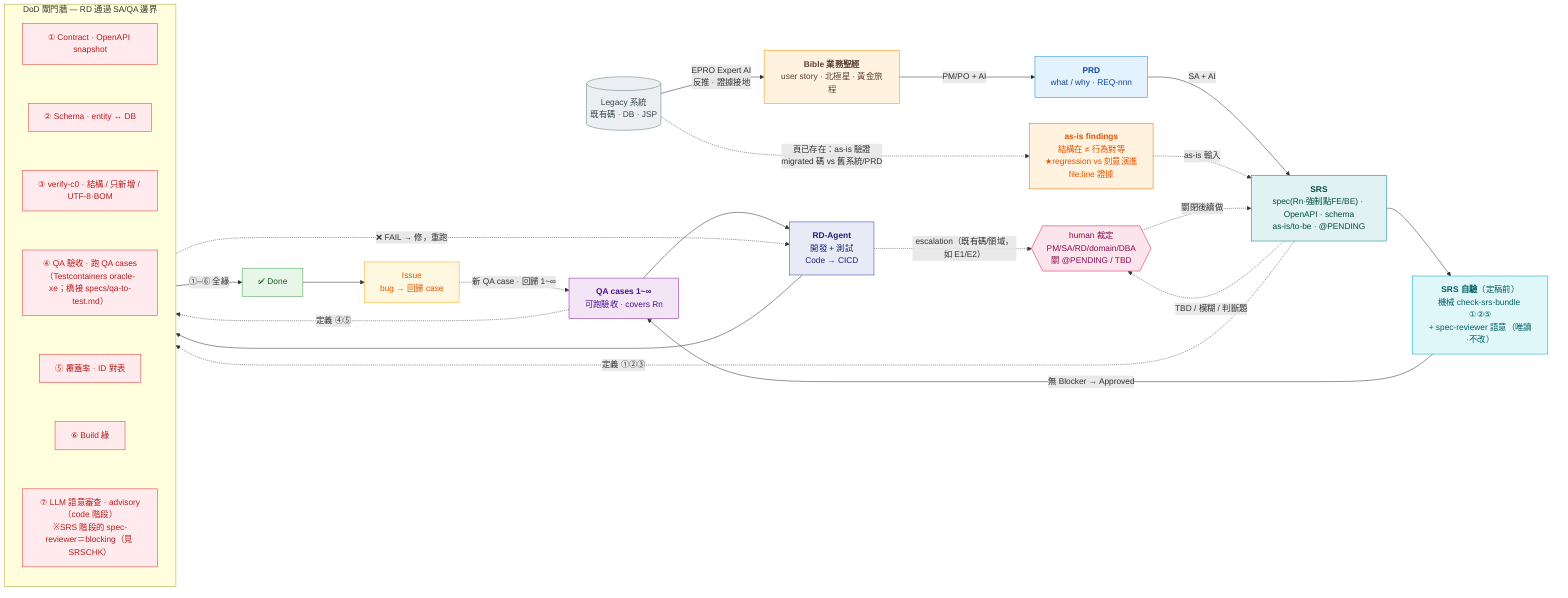
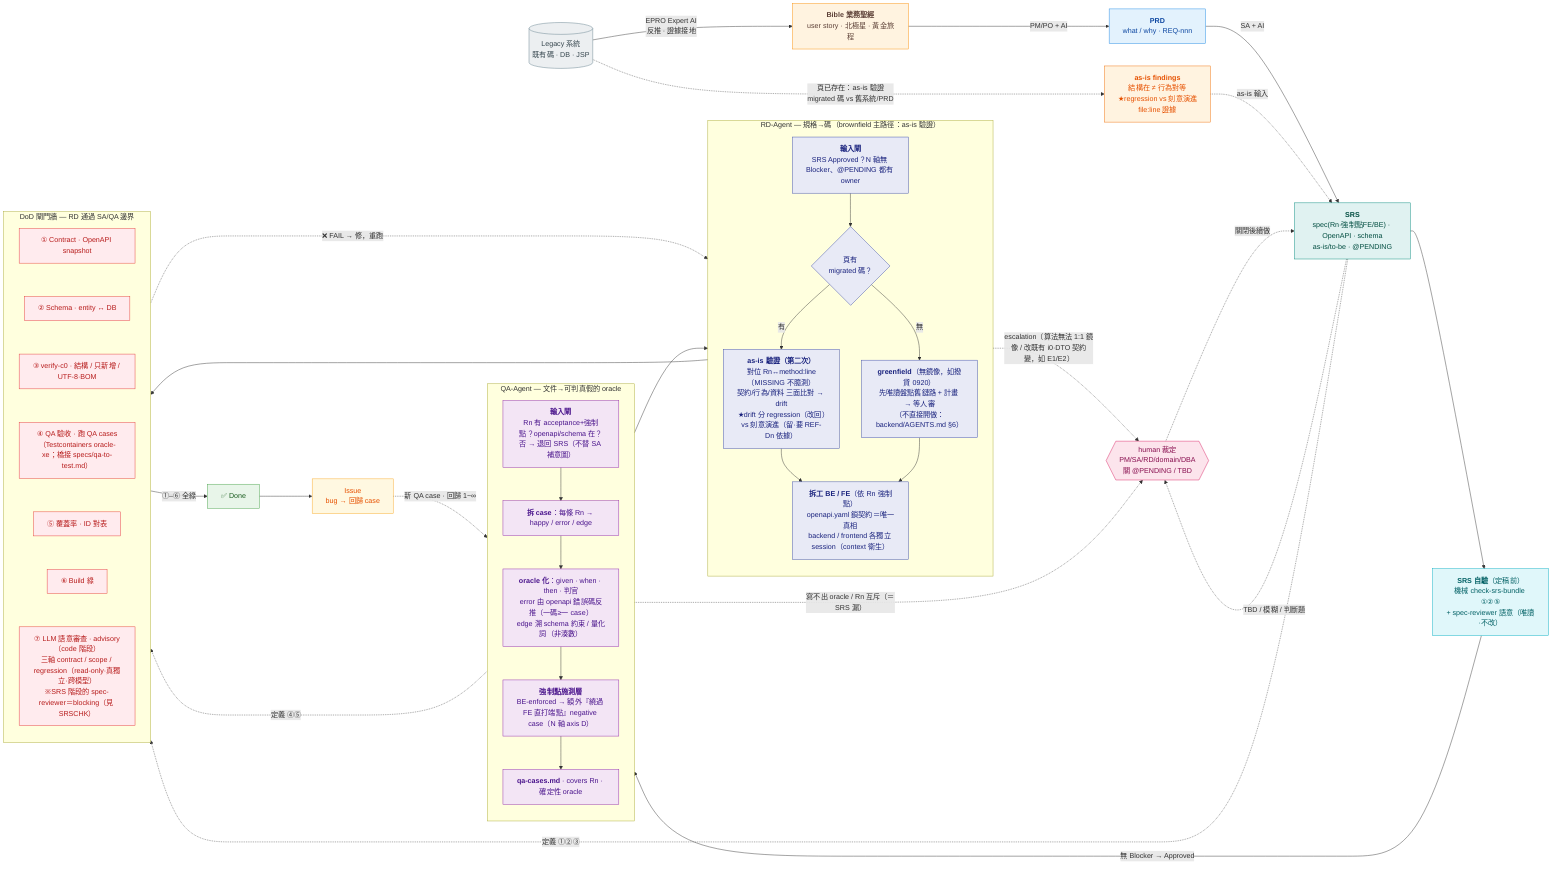
%% 未來 AI 工作流 — AI-native SDLC pipeline（brownfield 版）
%% 在 GitHub / Mermaid Live (mermaid.live) 直接 render；可編輯。本檔＝AI Flow 唯一來源（不再維護 .svg 快取——2026-06-11 健檢刪除；需要圖檔時臨時 render）。
+ %% 2026-06-23：QA-Agent / RD-Agent 由單節點攤成子流程（主幹＋oracle 化／as-is 驗證），對齊 docs/process/orchestration-playbook.md §4。
flowchart LR
  Legacy[("Legacy 系統<br/>既有碼 · DB · JSP")] -->|EPRO Expert AI<br/>反推 · 證據接地| Bible
  Bible["<b>Bible 業務聖經</b><br/>user story · 北極星 · 黃金旅程"] -->|PM/PO + AI| PRD
  PRD["<b>PRD</b><br/>what / why · REQ-nnn"] -->|SA + AI| SRS

-   %% ★brownfield：頁已存在 → 先驗 migrated 碼，findings 當 as-is 餵 SRS（這條是 70% 既有碼的必經路）
+   %% ★brownfield as-is（第一次）：頁已存在 → SRS 撰寫前先驗 migrated 碼，findings 當 as-is 餵 SRS（70% 既有碼的必經路）
  Legacy -.->|"頁已存在：as-is 驗證<br/>migrated 碼 vs 舊系統/PRD"| Findings
  Findings["<b>as-is findings</b><br/>結構在 ≠ 行為對等<br/>★regression vs 刻意演進<br/>file:line 證據"] -.->|as-is 輸入| SRS

  SRS["<b>SRS</b><br/>spec(Rn·強制點FE/BE) · OpenAPI · schema<br/>as-is/to-be · @PENDING"] --> SRSCHK
-   SRSCHK["<b>SRS 自驗</b>（定稿前）<br/>機械 check-srs-bundle ①②⑤<br/>+ spec-reviewer 語意（唯讀·不改）"] -->|無 Blocker → Approved| QA
-   QA["<b>QA cases 1~∞</b><br/>可跑驗收 · covers Rn"] --> RD
-   RD["<b>RD-Agent</b><br/>開發 + 測試<br/>Code → CICD"] --> GATE
+   SRSCHK["<b>SRS 自驗</b>（定稿前）<br/>機械 check-srs-bundle ①②⑤<br/>+ spec-reviewer 語意（唯讀·不改）"] -->|無 Blocker → Approved| QA_IN
+ 
+   %% ═══════════ QA-Agent：SRS→可跑 oracle（軌性格：活語料 1~∞、反壓上游） ═══════════
+   subgraph QAA["QA-Agent — 文件→可判真假的 oracle"]
+     direction TB
+     QA_IN["<b>輸入閘</b><br/>Rn 有 acceptance+強制點？openapi/schema 在？<br/>否 → 退回 SRS（不替 SA 補意圖）"]
+     QA_DEC["<b>拆 case</b>：每條 Rn → happy / error / edge"]
+     QA_ORA["<b>oracle 化</b>：given · when · then · 判官<br/>error 由 openapi 錯誤碼反推（一碼≥一 case）<br/>edge 溯 schema 約束 / 量化詞（非湊數）"]
+     QA_BE["<b>強制點施測層</b><br/>BE-enforced → 額外『繞過 FE 直打端點』negative case（N 軸 axis D）"]
+     QA_OUT["<b>qa-cases.md</b> · covers Rn · 確定性 oracle"]
+     QA_IN --> QA_DEC --> QA_ORA --> QA_BE --> QA_OUT
+   end
+ 
+   QA_OUT --> RD_IN
+ 
+   %% ═══════════ RD-Agent：SRS(Approved)→ code（主路徑＝驗 migrated 碼，非從零寫） ═══════════
+   subgraph RDA["RD-Agent — 規格→碼（brownfield 主路徑：as-is 驗證）"]
+     direction TB
+     RD_IN["<b>輸入閘</b><br/>SRS Approved？N 軸無 Blocker、@PENDING 都有 owner"]
+     RD_SPLIT{"頁有<br/>migrated 碼？"}
+     RD_ASIS["<b>as-is 驗證（第二次）</b><br/>對位 Rn↔method:line（MISSING 不臆測）<br/>契約/行為/資料 三面比對 → drift<br/>★drift 分 regression（改回）vs 刻意演進（留·要 REF-Dn 依據）"]
+     RD_GREEN["<b>greenfield</b>（無鏡像，如撥貸 0920）<br/>先唯讀盤點舊鏈路 + 計畫 → 等人審<br/>（不直接開做：backend/AGENTS.md §6）"]
+     RD_WORK["<b>拆工 BE / FE</b>（依 Rn 強制點）<br/>openapi.yaml 鎖契約＝唯一真相<br/>backend / frontend 各獨立 session（context 衛生）"]
+     RD_IN --> RD_SPLIT
+     RD_SPLIT -->|有| RD_ASIS --> RD_WORK
+     RD_SPLIT -->|無| RD_GREEN --> RD_WORK
+   end
+ 
+   RD_WORK --> GATE

  subgraph GATE["DoD 閘門牆 — RD 通過 SA/QA 邊界"]
    direction TB
    G1["① Contract · OpenAPI snapshot"]
    G2["② Schema · entity ↔ DB"]
    G3["③ verify-c0 · 結構 / 只新增 / UTF-8·BOM"]
    G4["④ QA 驗收 · 跑 QA cases<br/>（Testcontainers oracle-xe；橋接 specs/qa-to-test.md）"]
    G5["⑤ 覆蓋率 · ID 對表"]
    G6["⑥ Build 綠"]
-     G7["⑦ LLM 語意審查 · advisory（code 階段）<br/>※SRS 階段的 spec-reviewer＝blocking（見 SRSCHK）"]
+     G7["⑦ LLM 語意審查 · advisory（code 階段）<br/>三軸 contract / scope / regression（read-only·真獨立·跨模型）<br/>※SRS 階段的 spec-reviewer＝blocking（見 SRSCHK）"]
    G1 ~~~ G2 ~~~ G3 ~~~ G4 ~~~ G5 ~~~ G6 ~~~ G7
  end

  GATE -->|①–⑥ 全綠| Done["✅ Done"]
-   GATE -.->|❌ FAIL → 修，重跑| RD
+   GATE -.->|❌ FAIL → 修，重跑| RD_WORK
  Done --> Issue["Issue<br/>bug → 回歸 case"]
-   Issue -.->|新 QA case · 回歸 1~∞| QA
+   Issue -.->|新 QA case · 回歸 1~∞| QA_DEC

  %% ★判斷題不自行裁定：TBD / 模糊 / 既有碼行為 → human 裁定 → 關閉後回流
-   SRS -.->|"TBD / 模糊 / 判斷題"| Decide
-   RD  -.->|"escalation（既有碼/領域，如 E1/E2）"| Decide
+   SRS    -.->|"TBD / 模糊 / 判斷題"| Decide
+   QA_ORA -.->|"寫不出 oracle / Rn 互斥（＝SRS 漏）"| Decide
+   RD_ASIS-.->|"escalation（算法無法 1:1 鏡像 / 改既有 i0·DTO 契約變，如 E1/E2）"| Decide
  Decide{{"human 裁定<br/>PM/SA/RD/domain/DBA<br/>關 @PENDING / TBD"}} -.->|關閉後續做| SRS

-   SRS -. 定義 ①②③ .-> GATE
-   QA  -. 定義 ④⑤ .-> GATE
+   SRS    -. 定義 ①②③ .-> GATE
+   QA_OUT -. 定義 ④⑤ .-> GATE

  %% 追溯 ID 骨幹：funcId(例 EPROC00118) 串 Bible→PRD→SRS→QA→code/test
  %% 原則：↑可追溯 ↓可驗證（①–⑥ deterministic 可信 / ⑦ LLM 只輔助）★Bible 證據接地
+   %% as-is 出現兩次別混：Findings＝SRS 撰寫前 as-is(餵 as-is/to-be)；RD_ASIS＝SRS Approved 後驗 migrated 碼行為對等
  %% brownfield 鐵律：migrated 碼「結構在≠行為對等」→ 必經 as-is 驗證；舊系統≠絕對正確 → 分 regression vs 刻意演進
+   %% QA 軌鐵律：oracle 寫不出＝SRS 漏 → 反壓退回（不硬湊 coverage theater）；error 由 openapi 反推、edge 溯 schema/量化詞；BE-enforced 必有繞過 FE 的 negative case
+   %% RD 軌鐵律：對位 MISSING 不臆測（zero-based）；無鏡像頁先盤點+計畫等審；判斷題（算法/既有碼/DTO 契約）→ backend/AGENTS.md §6.6 升級
  %% 判斷題鐵律：PRD TBD / legacy 行為一律 @PENDING + owner，不自行裁定、不把 legacy 當已核准需求（含 PRD 內帶的 as-is 細節）
  %% 動手前鐵律：頁開做前先唯讀盤點實際完成度 + 確認 mirror/算法來源（防「未做其實已完成」「假設錯來源」）
  %% as-is 驗證最低深度：每個 DB 寫入有 return/commit？每個 stub/TODO/throw？每條 error 分支？跨頁副作用？（防 throw-stub 漏網）
  %% regression vs 演進：異於舊版預設當 regression；歸「演進」須有依據（法規/PRD/已知需求），無依據不自判
  %% fix 可能引入新錯：採納 review 修正後要再審一輪（B1 修法曾引入 checkPointMap 副作用，複審才抓）；advisory⑦ vs SRS-blocking 別混
  %% 待決追蹤：@PENDING 有 owner + 是否 blocking，聚合到 feature-inventory（誰欠決策、卡多久），別散落

  classDef biz fill:#FFF3E0,stroke:#FB8C00,color:#5D4037;
  classDef prod fill:#E3F2FD,stroke:#1E88E5,color:#0D47A1;
  classDef spec fill:#E0F2F1,stroke:#00897B,color:#004D40;
  classDef qa fill:#F3E5F5,stroke:#8E24AA,color:#4A148C;
  classDef rd fill:#E8EAF6,stroke:#3949AB,color:#1A237E;
  classDef done fill:#E8F5E9,stroke:#43A047,color:#1B5E20;
  classDef issue fill:#FFF8E1,stroke:#F9A825,color:#E65100;
  classDef legacy fill:#ECEFF1,stroke:#607D8B,color:#37474F;
  classDef gate fill:#FFEBEE,stroke:#E53935,color:#B71C1C;
  classDef findings fill:#FFF3E0,stroke:#EF6C00,color:#E65100;
  classDef chk fill:#E0F7FA,stroke:#00ACC1,color:#006064;
  classDef decide fill:#FCE4EC,stroke:#D81B60,color:#880E4F;
  class Legacy legacy; class Bible biz; class PRD prod; class SRS spec;
-   class QA qa; class RD rd; class Done done; class Issue issue;
+   class Done done; class Issue issue;
  class Findings findings; class SRSCHK chk; class Decide decide;
+   class QA_IN,QA_DEC,QA_ORA,QA_BE,QA_OUT qa;
+   class RD_IN,RD_SPLIT,RD_ASIS,RD_GREEN,RD_WORK rd;
  class G1,G2,G3,G4,G5,G6,G7 gate;
